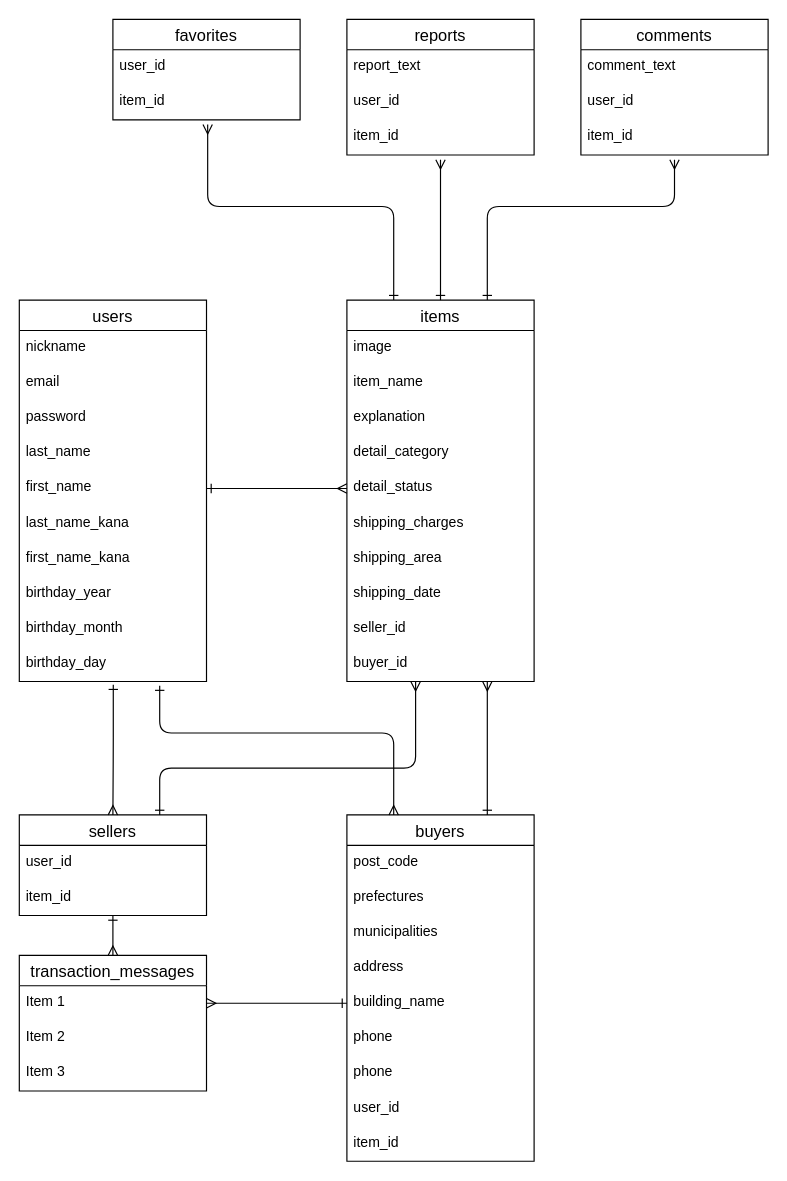
rily53/furima-37507 keeps this draw.io diagram as ER.dio. Above is the earlier version. Source tidied: cells renumbered, new cells numbered last; positions are measured from the earlier drawing's top-left corner, leaving out a move shared by most shapes. Both pictures are drawn from the tidied source at 117%, with x=0, y=0 at pixel (19, 19).
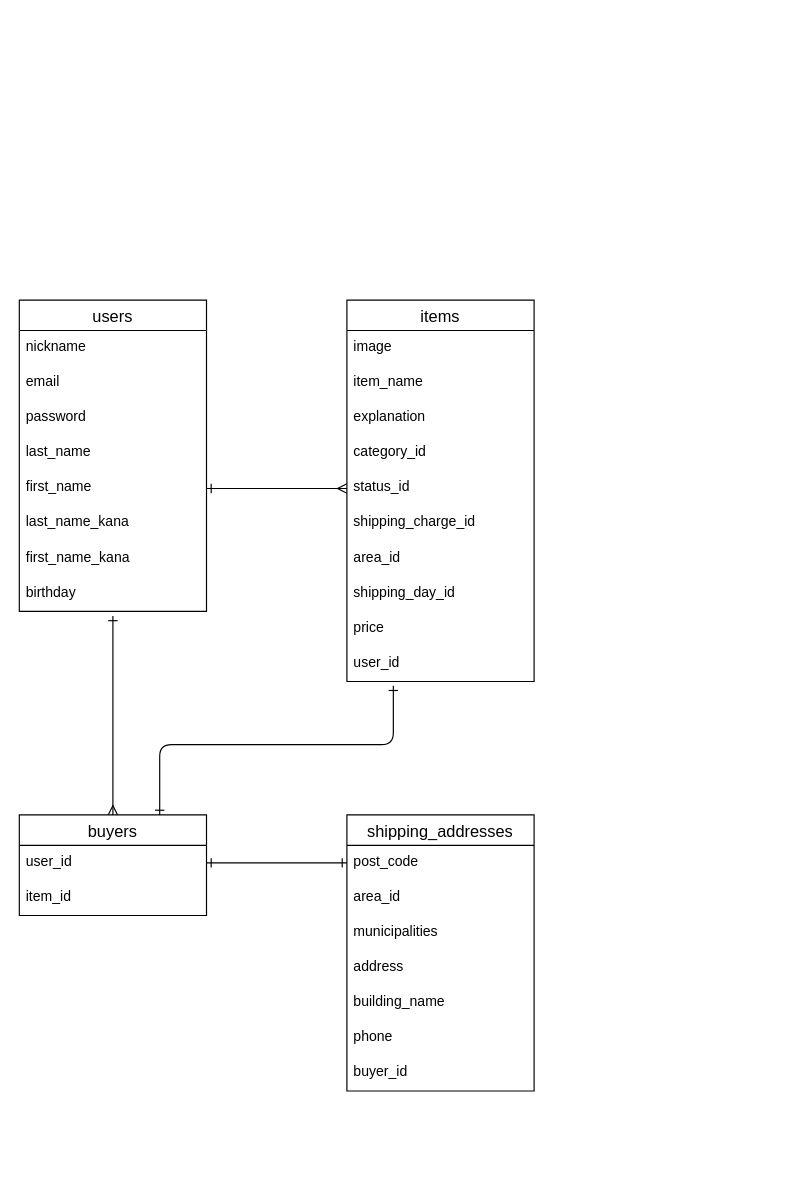
Above is the later version.

Unchanged cells that the change refers to:
```xml
<mxCell id="13" value="items" style="swimlane;fontStyle=0;horizontal=1;startSize=26;align=center;fontSize=14;" parent="1" vertex="1">
  <mxGeometry x="280" y="240" width="160" height="326" as="geometry" />
</mxCell>
<mxCell id="39" value="post_code" style="text;strokeColor=none;fillColor=none;spacingLeft=4;spacingRight=4;overflow=hidden;points=[[0,0.5],[1,0.5]];portConstraint=eastwest;fontSize=12;" parent="38" vertex="1">
  <mxGeometry y="26" width="160" height="30" as="geometry" />
</mxCell>
<mxCell id="43" value="building_name" style="text;strokeColor=none;fillColor=none;spacingLeft=4;spacingRight=4;overflow=hidden;points=[[0,0.5],[1,0.5]];portConstraint=eastwest;fontSize=12;" parent="38" vertex="1">
  <mxGeometry y="146" width="160" height="30" as="geometry" />
</mxCell>
```

What changed in the source:
```diff
@@
     <mxCell id="2" value="users" style="swimlane;fontStyle=0;horizontal=1;startSize=26;align=center;fontSize=14;" parent="1" vertex="1">
-      <mxGeometry y="240" width="160" height="326" as="geometry" />
+      <mxGeometry y="240" width="160" height="266" as="geometry" />
     </mxCell>
@@
-    <mxCell id="10" value="birthday_year" style="text;strokeColor=none;fillColor=none;spacingLeft=4;spacingRight=4;overflow=hidden;fontSize=12;" parent="2" vertex="1">
+    <mxCell id="10" value="birthday" style="text;strokeColor=none;fillColor=none;spacingLeft=4;spacingRight=4;overflow=hidden;fontSize=12;" parent="2" vertex="1">
       <mxGeometry y="236" width="160" height="30" as="geometry" />
     </mxCell>
-    <mxCell id="11" value="birthday_month" style="text;strokeColor=none;fillColor=none;spacingLeft=4;spacingRight=4;overflow=hidden;fontSize=12;" parent="2" vertex="1">
-      <mxGeometry y="266" width="160" height="30" as="geometry" />
-    </mxCell>
-    <mxCell id="12" value="birthday_day" style="text;strokeColor=none;fillColor=none;spacingLeft=4;spacingRight=4;overflow=hidden;points=[[0,0.5],[1,0.5]];portConstraint=eastwest;fontSize=12;" parent="2" vertex="1">
-      <mxGeometry y="296" width="160" height="30" as="geometry" />
-    </mxCell>
@@
-    <mxCell id="17" value="detail_category" style="text;strokeColor=none;fillColor=none;spacingLeft=4;spacingRight=4;overflow=hidden;fontSize=12;" parent="13" vertex="1">
+    <mxCell id="17" value="category_id" style="text;strokeColor=none;fillColor=none;spacingLeft=4;spacingRight=4;overflow=hidden;fontSize=12;" parent="13" vertex="1">
       <mxGeometry y="116" width="160" height="30" as="geometry" />
     </mxCell>
-    <mxCell id="18" value="detail_status" style="text;strokeColor=none;fillColor=none;spacingLeft=4;spacingRight=4;overflow=hidden;fontSize=12;" parent="13" vertex="1">
+    <mxCell id="18" value="status_id" style="text;strokeColor=none;fillColor=none;spacingLeft=4;spacingRight=4;overflow=hidden;fontSize=12;" parent="13" vertex="1">
       <mxGeometry y="146" width="160" height="30" as="geometry" />
     </mxCell>
-    <mxCell id="19" value="shipping_charges" style="text;strokeColor=none;fillColor=none;spacingLeft=4;spacingRight=4;overflow=hidden;fontSize=12;" parent="13" vertex="1">
+    <mxCell id="19" value="shipping_charge_id" style="text;strokeColor=none;fillColor=none;spacingLeft=4;spacingRight=4;overflow=hidden;fontSize=12;" parent="13" vertex="1">
       <mxGeometry y="176" width="160" height="30" as="geometry" />
     </mxCell>
-    <mxCell id="20" value="shipping_area" style="text;strokeColor=none;fillColor=none;spacingLeft=4;spacingRight=4;overflow=hidden;fontSize=12;" parent="13" vertex="1">
+    <mxCell id="20" value="area_id" style="text;strokeColor=none;fillColor=none;spacingLeft=4;spacingRight=4;overflow=hidden;fontSize=12;" parent="13" vertex="1">
       <mxGeometry y="206" width="160" height="30" as="geometry" />
     </mxCell>
-    <mxCell id="21" value="shipping_date" style="text;strokeColor=none;fillColor=none;spacingLeft=4;spacingRight=4;overflow=hidden;fontSize=12;" parent="13" vertex="1">
+    <mxCell id="21" value="shipping_day_id" style="text;strokeColor=none;fillColor=none;spacingLeft=4;spacingRight=4;overflow=hidden;fontSize=12;" parent="13" vertex="1">
       <mxGeometry y="236" width="160" height="30" as="geometry" />
     </mxCell>
-    <mxCell id="22" value="seller_id" style="text;strokeColor=none;fillColor=none;spacingLeft=4;spacingRight=4;overflow=hidden;fontSize=12;" parent="13" vertex="1">
+    <mxCell id="22" value="price" style="text;strokeColor=none;fillColor=none;spacingLeft=4;spacingRight=4;overflow=hidden;fontSize=12;" parent="13" vertex="1">
       <mxGeometry y="266" width="160" height="30" as="geometry" />
     </mxCell>
-    <mxCell id="23" value="buyer_id" style="text;strokeColor=none;fillColor=none;spacingLeft=4;spacingRight=4;overflow=hidden;points=[[0,0.5],[1,0.5]];portConstraint=eastwest;fontSize=12;" parent="13" vertex="1">
-      <mxGeometry y="296" width="160" height="30" as="geometry" />
-    </mxCell>
-    <mxCell id="24" value="comments" style="swimlane;fontStyle=0;horizontal=1;startSize=26;align=center;fontSize=14;" parent="1" vertex="1">
-      <mxGeometry x="480" width="160" height="116" as="geometry" />
-    </mxCell>
-    <mxCell id="25" value="comment_text" style="text;strokeColor=none;fillColor=none;spacingLeft=4;spacingRight=4;overflow=hidden;fontSize=12;" parent="24" vertex="1">
-      <mxGeometry y="26" width="160" height="30" as="geometry" />
-    </mxCell>
-    <mxCell id="26" value="user_id" style="text;strokeColor=none;fillColor=none;spacingLeft=4;spacingRight=4;overflow=hidden;fontSize=12;" parent="24" vertex="1">
-      <mxGeometry y="56" width="160" height="30" as="geometry" />
-    </mxCell>
-    <mxCell id="27" value="item_id" style="text;strokeColor=none;fillColor=none;spacingLeft=4;spacingRight=4;overflow=hidden;fontSize=12;" parent="24" vertex="1">
-      <mxGeometry y="86" width="160" height="30" as="geometry" />
-    </mxCell>
-    <mxCell id="28" value="reports" style="swimlane;fontStyle=0;horizontal=1;startSize=26;align=center;fontSize=14;" parent="1" vertex="1">
-      <mxGeometry x="280" width="160" height="116" as="geometry" />
-    </mxCell>
-    <mxCell id="29" value="report_text" style="text;strokeColor=none;fillColor=none;spacingLeft=4;spacingRight=4;overflow=hidden;fontSize=12;" parent="28" vertex="1">
-      <mxGeometry y="26" width="160" height="30" as="geometry" />
-    </mxCell>
-    <mxCell id="30" value="user_id" style="text;strokeColor=none;fillColor=none;spacingLeft=4;spacingRight=4;overflow=hidden;fontSize=12;" parent="28" vertex="1">
-      <mxGeometry y="56" width="160" height="30" as="geometry" />
-    </mxCell>
-    <mxCell id="31" value="item_id" style="text;strokeColor=none;fillColor=none;spacingLeft=4;spacingRight=4;overflow=hidden;fontSize=12;" parent="28" vertex="1">
-      <mxGeometry y="86" width="160" height="30" as="geometry" />
-    </mxCell>
-    <mxCell id="32" style="edgeStyle=elbowEdgeStyle;elbow=vertical;html=1;exitX=0.75;exitY=0;exitDx=0;exitDy=0;entryX=0.367;entryY=1.005;entryDx=0;entryDy=0;entryPerimeter=0;startArrow=ERone;startFill=0;endArrow=ERmany;endFill=0;strokeWidth=1;" parent="1" edge="1" source="34" target="23">
-      <mxGeometry relative="1" as="geometry">
-        <Array as="points">
-          <mxPoint x="220" y="640" />
-        </Array>
-      </mxGeometry>
-    </mxCell>
-    <mxCell id="33" style="edgeStyle=elbowEdgeStyle;elbow=vertical;html=1;exitX=0.5;exitY=1;exitDx=0;exitDy=0;entryX=0.5;entryY=0;entryDx=0;entryDy=0;startArrow=ERone;startFill=0;endArrow=ERmany;endFill=0;strokeWidth=1;" parent="1" edge="1" source="34" target="48">
-      <mxGeometry relative="1" as="geometry" />
-    </mxCell>
-    <mxCell id="34" value="sellers" style="swimlane;fontStyle=0;horizontal=1;startSize=26;align=center;fontSize=14;" parent="1" vertex="1">
-      <mxGeometry y="680" width="160" height="86" as="geometry" />
-    </mxCell>
-    <mxCell id="35" value="user_id" style="text;strokeColor=none;fillColor=none;spacingLeft=4;spacingRight=4;overflow=hidden;fontSize=12;" parent="34" vertex="1">
-      <mxGeometry y="26" width="160" height="30" as="geometry" />
-    </mxCell>
-    <mxCell id="36" value="item_id" style="text;strokeColor=none;fillColor=none;spacingLeft=4;spacingRight=4;overflow=hidden;fontSize=12;" parent="34" vertex="1">
-      <mxGeometry y="56" width="160" height="30" as="geometry" />
-    </mxCell>
-    <mxCell id="37" style="edgeStyle=elbowEdgeStyle;elbow=vertical;html=1;exitX=0.75;exitY=0;exitDx=0;exitDy=0;entryX=0.75;entryY=1;entryDx=0;entryDy=0;startArrow=ERone;startFill=0;endArrow=ERmany;endFill=0;strokeWidth=1;" parent="1" edge="1" source="38" target="13">
-      <mxGeometry relative="1" as="geometry" />
-    </mxCell>
+    <mxCell id="62" value="user_id" style="text;strokeColor=none;fillColor=none;spacingLeft=4;spacingRight=4;overflow=hidden;points=[[0,0.5],[1,0.5]];portConstraint=eastwest;fontSize=12;" parent="13" vertex="1">
+      <mxGeometry y="296" width="160" height="30" as="geometry" />
+    </mxCell>
-    <mxCell id="38" value="buyers" style="swimlane;fontStyle=0;horizontal=1;startSize=26;align=center;fontSize=14;" parent="1" vertex="1">
-      <mxGeometry x="280" y="680" width="160" height="296" as="geometry" />
+    <mxCell id="38" value="shipping_addresses" style="swimlane;fontStyle=0;horizontal=1;startSize=26;align=center;fontSize=14;" parent="1" vertex="1">
+      <mxGeometry x="280" y="680" width="160" height="236" as="geometry" />
     </mxCell>
@@
-    <mxCell id="40" value="prefectures" style="text;strokeColor=none;fillColor=none;spacingLeft=4;spacingRight=4;overflow=hidden;fontSize=12;" parent="38" vertex="1">
+    <mxCell id="40" value="area_id" style="text;strokeColor=none;fillColor=none;spacingLeft=4;spacingRight=4;overflow=hidden;fontSize=12;" parent="38" vertex="1">
       <mxGeometry y="56" width="160" height="30" as="geometry" />
     </mxCell>
@@
-    <mxCell id="45" value="phone" style="text;strokeColor=none;fillColor=none;spacingLeft=4;spacingRight=4;overflow=hidden;fontSize=12;" parent="38" vertex="1">
-      <mxGeometry y="206" width="160" height="30" as="geometry" />
-    </mxCell>
-    <mxCell id="46" value="user_id" style="text;strokeColor=none;fillColor=none;spacingLeft=4;spacingRight=4;overflow=hidden;fontSize=12;" parent="38" vertex="1">
-      <mxGeometry y="236" width="160" height="30" as="geometry" />
+    <mxCell id="46" value="buyer_id" style="text;strokeColor=none;fillColor=none;spacingLeft=4;spacingRight=4;overflow=hidden;fontSize=12;" parent="38" vertex="1">
+      <mxGeometry y="206" width="160" height="30" as="geometry" />
     </mxCell>
-    <mxCell id="47" value="item_id" style="text;strokeColor=none;fillColor=none;spacingLeft=4;spacingRight=4;overflow=hidden;fontSize=12;" parent="38" vertex="1">
-      <mxGeometry y="266" width="160" height="30" as="geometry" />
-    </mxCell>
-    <mxCell id="48" value="transaction_messages" style="swimlane;fontStyle=0;horizontal=1;startSize=26;align=center;fontSize=14;" parent="1" vertex="1">
-      <mxGeometry y="800" width="160" height="116" as="geometry" />
-    </mxCell>
-    <mxCell id="49" value="Item 1" style="text;strokeColor=none;fillColor=none;spacingLeft=4;spacingRight=4;overflow=hidden;points=[[0,0.5],[1,0.5]];portConstraint=eastwest;fontSize=12;" parent="48" vertex="1">
-      <mxGeometry y="26" width="160" height="30" as="geometry" />
-    </mxCell>
-    <mxCell id="50" value="Item 2" style="text;strokeColor=none;fillColor=none;spacingLeft=4;spacingRight=4;overflow=hidden;fontSize=12;" parent="48" vertex="1">
-      <mxGeometry y="56" width="160" height="30" as="geometry" />
-    </mxCell>
-    <mxCell id="51" value="Item 3" style="text;strokeColor=none;fillColor=none;spacingLeft=4;spacingRight=4;overflow=hidden;fontSize=12;" parent="48" vertex="1">
-      <mxGeometry y="86" width="160" height="30" as="geometry" />
-    </mxCell>
-    <mxCell id="52" value="favorites" style="swimlane;fontStyle=0;horizontal=1;startSize=26;align=center;fontSize=14;" parent="1" vertex="1">
-      <mxGeometry x="80" width="160" height="86" as="geometry" />
-    </mxCell>
-    <mxCell id="53" value="user_id" style="text;strokeColor=none;fillColor=none;spacingLeft=4;spacingRight=4;overflow=hidden;fontSize=12;" parent="52" vertex="1">
-      <mxGeometry y="26" width="160" height="30" as="geometry" />
-    </mxCell>
-    <mxCell id="54" value="item_id" style="text;strokeColor=none;fillColor=none;spacingLeft=4;spacingRight=4;overflow=hidden;fontSize=12;" parent="52" vertex="1">
-      <mxGeometry y="56" width="160" height="30" as="geometry" />
-    </mxCell>
@@
-    <mxCell id="56" style="edgeStyle=elbowEdgeStyle;html=1;endArrow=ERmany;endFill=0;startArrow=ERone;startFill=0;elbow=vertical;" parent="1" edge="1">
-      <mxGeometry relative="1" as="geometry">
-        <mxPoint x="320" y="240" as="sourcePoint" />
-        <mxPoint x="161" y="90" as="targetPoint" />
-        <Array as="points">
-          <mxPoint x="240" y="160" />
-        </Array>
-      </mxGeometry>
-    </mxCell>
-    <mxCell id="57" style="edgeStyle=none;html=1;exitX=0.5;exitY=0;exitDx=0;exitDy=0;endArrow=ERmany;endFill=0;startArrow=ERone;startFill=0;" parent="1" edge="1" source="13">
-      <mxGeometry relative="1" as="geometry">
-        <mxPoint x="360" y="120" as="targetPoint" />
-      </mxGeometry>
-    </mxCell>
-    <mxCell id="58" style="edgeStyle=elbowEdgeStyle;html=1;exitX=0.75;exitY=0;exitDx=0;exitDy=0;endArrow=ERmany;endFill=0;startArrow=ERone;startFill=0;elbow=vertical;" parent="1" edge="1" source="13">
-      <mxGeometry relative="1" as="geometry">
-        <mxPoint x="560" y="120" as="targetPoint" />
-        <Array as="points">
-          <mxPoint x="450" y="160" />
-        </Array>
-      </mxGeometry>
-    </mxCell>
-    <mxCell id="59" style="elbow=vertical;html=1;exitX=0.502;exitY=1.092;exitDx=0;exitDy=0;startArrow=ERone;startFill=0;endArrow=ERmany;endFill=0;strokeWidth=1;exitPerimeter=0;edgeStyle=elbowEdgeStyle;" parent="1" edge="1" source="12" target="34">
-      <mxGeometry relative="1" as="geometry" />
-    </mxCell>
-    <mxCell id="60" style="edgeStyle=elbowEdgeStyle;elbow=vertical;html=1;exitX=0.75;exitY=1.118;exitDx=0;exitDy=0;entryX=0.25;entryY=0;entryDx=0;entryDy=0;startArrow=ERone;startFill=0;endArrow=ERmany;endFill=0;strokeWidth=1;exitPerimeter=0;" parent="1" edge="1" source="12" target="38">
+    <mxCell id="60" style="edgeStyle=elbowEdgeStyle;elbow=vertical;html=1;entryX=0.5;entryY=0;entryDx=0;entryDy=0;startArrow=ERone;startFill=0;endArrow=ERmany;endFill=0;strokeWidth=1;" parent="1" edge="1" target="63">
       <mxGeometry relative="1" as="geometry">
+        <mxPoint x="80" y="510" as="sourcePoint" />
         <Array as="points">
+          <mxPoint x="60" y="570" />
+          <mxPoint x="130" y="630" />
           <mxPoint x="220" y="610" />
           <mxPoint x="240" y="600" />
         </Array>
       </mxGeometry>
     </mxCell>
-    <mxCell id="61" style="edgeStyle=elbowEdgeStyle;elbow=vertical;html=1;exitX=0;exitY=0.5;exitDx=0;exitDy=0;entryX=1;entryY=0.5;entryDx=0;entryDy=0;startArrow=ERone;startFill=0;endArrow=ERmany;endFill=0;strokeWidth=1;" parent="1" edge="1" source="43" target="49">
-      <mxGeometry relative="1" as="geometry" />
-    </mxCell>
+    <mxCell id="63" value="buyers" style="swimlane;fontStyle=0;horizontal=1;startSize=26;align=center;fontSize=14;" parent="1" vertex="1">
+      <mxGeometry y="680" width="160" height="86" as="geometry" />
+    </mxCell>
+    <mxCell id="64" value="user_id" style="text;strokeColor=none;fillColor=none;spacingLeft=4;spacingRight=4;overflow=hidden;points=[[0,0.5],[1,0.5]];portConstraint=eastwest;fontSize=12;" parent="63" vertex="1">
+      <mxGeometry y="26" width="160" height="30" as="geometry" />
+    </mxCell>
+    <mxCell id="65" value="item_id" style="text;strokeColor=none;fillColor=none;spacingLeft=4;spacingRight=4;overflow=hidden;fontSize=12;" parent="63" vertex="1">
+      <mxGeometry y="56" width="160" height="30" as="geometry" />
+    </mxCell>
+    <mxCell id="66" style="edgeStyle=elbowEdgeStyle;html=1;exitX=0.248;exitY=1.122;exitDx=0;exitDy=0;entryX=0.75;entryY=0;entryDx=0;entryDy=0;startArrow=ERone;startFill=0;endArrow=ERone;endFill=0;elbow=vertical;exitPerimeter=0;" parent="1" edge="1" source="62" target="63">
+      <mxGeometry relative="1" as="geometry">
+        <Array as="points">
+          <mxPoint x="220" y="620" />
+        </Array>
+      </mxGeometry>
+    </mxCell>
+    <mxCell id="67" style="edgeStyle=elbowEdgeStyle;elbow=vertical;html=1;exitX=1;exitY=0.5;exitDx=0;exitDy=0;entryX=0;entryY=0.5;entryDx=0;entryDy=0;startArrow=ERone;startFill=0;endArrow=ERone;endFill=0;" parent="1" edge="1" source="64" target="39">
+      <mxGeometry relative="1" as="geometry" />
+    </mxCell>
```
